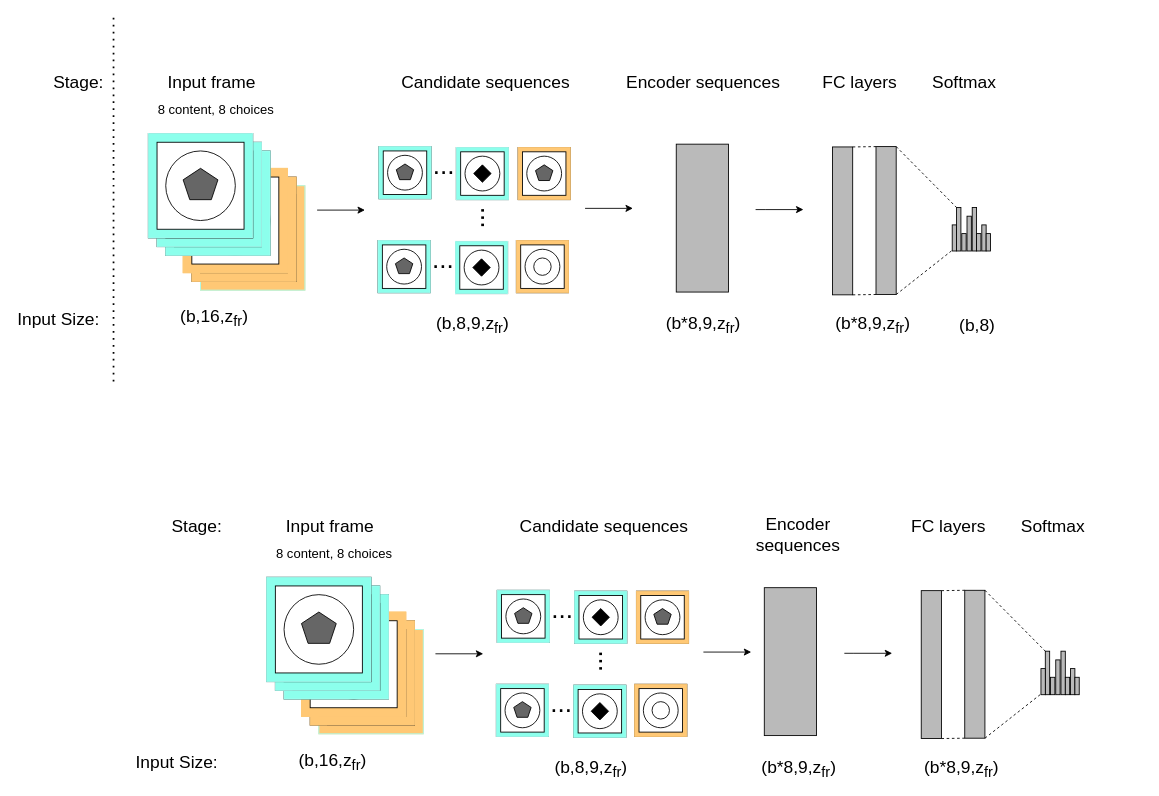
This is network.drawio from RoggerL/draw, a draw.io file, before an edit. Source tidied: cells renumbered, new cells numbered last; positions are measured from the earlier drawing's top-left corner, leaving out a move shared by most shapes. Both pictures are drawn from the tidied source at 87%, with x=0, y=0 at pixel (15, 16).
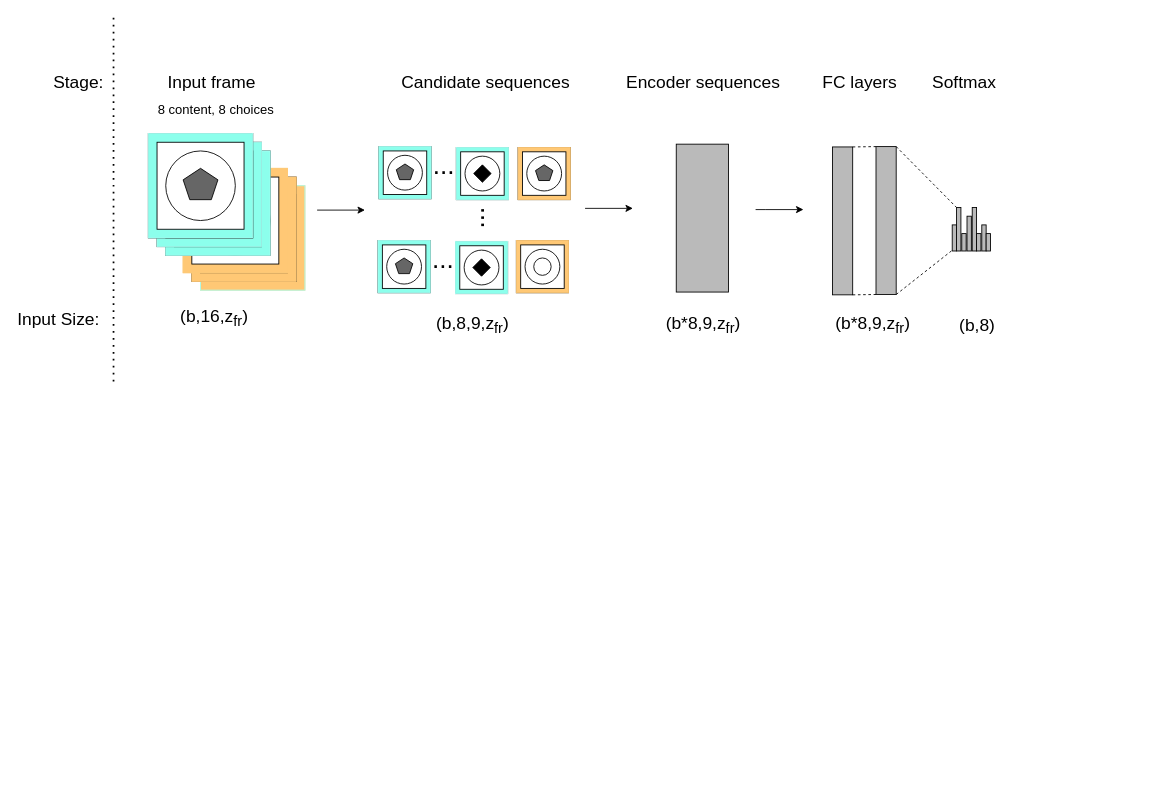
The same diagram, later.

Change to the diagram source:
```diff
@@
-    <mxCell id="97" style="group;fillColor=#A6FFF3;strokeColor=#FFC875;" parent="1" vertex="1">
-      <mxGeometry x="349" y="705" width="120" height="120" as="geometry" />
-    </mxCell>
-    <mxCell id="98" style="whiteSpace=wrap;html=1;fillColor=#FFC875;strokeColor=#A6FFF3;" parent="97" vertex="1">
-      <mxGeometry width="120" height="120" as="geometry" />
-    </mxCell>
-    <mxCell id="99" style="whiteSpace=wrap;html=1;strokeColor=#000000;fillColor=#FFFFFF;" parent="97" vertex="1">
-      <mxGeometry x="10" y="10" width="100" height="100" as="geometry" />
-    </mxCell>
-    <mxCell id="100" style="ellipse;whiteSpace=wrap;html=1;strokeColor=#000000;fillColor=#FFFFFF;" parent="97" vertex="1">
-      <mxGeometry x="20" y="20" width="80" height="80" as="geometry" />
-    </mxCell>
-    <mxCell id="101" style="whiteSpace=wrap;html=1;shape=mxgraph.basic.pentagon;fillColor=#666666;strokeColor=#000000;" parent="97" vertex="1">
-      <mxGeometry x="40" y="40" width="40" height="36" as="geometry" />
-    </mxCell>
-    <mxCell id="102" style="group;fillColor=#A6FFF3;strokeColor=#000000;" parent="1" vertex="1">
-      <mxGeometry x="339" y="695" width="120" height="120" as="geometry" />
-    </mxCell>
-    <mxCell id="103" style="whiteSpace=wrap;html=1;fillColor=#FFC875;strokeColor=#FFC875;" parent="102" vertex="1">
-      <mxGeometry width="120" height="120" as="geometry" />
-    </mxCell>
-    <mxCell id="104" style="whiteSpace=wrap;html=1;strokeColor=#000000;fillColor=#FFFFFF;" parent="102" vertex="1">
-      <mxGeometry x="10" y="10" width="100" height="100" as="geometry" />
-    </mxCell>
-    <mxCell id="105" style="ellipse;whiteSpace=wrap;html=1;strokeColor=#000000;fillColor=#FFFFFF;" parent="102" vertex="1">
-      <mxGeometry x="20" y="20" width="80" height="80" as="geometry" />
-    </mxCell>
-    <mxCell id="106" style="whiteSpace=wrap;html=1;shape=mxgraph.basic.pentagon;fillColor=#666666;strokeColor=#000000;" parent="102" vertex="1">
-      <mxGeometry x="40" y="40" width="40" height="36" as="geometry" />
-    </mxCell>
-    <mxCell id="107" style="group;fillColor=#A6FFF3;strokeColor=#FFC875;" parent="1" vertex="1">
-      <mxGeometry x="329" y="685" width="120" height="120" as="geometry" />
-    </mxCell>
-    <mxCell id="108" style="whiteSpace=wrap;html=1;fillColor=#FFC875;strokeColor=#FFC875;" parent="107" vertex="1">
-      <mxGeometry width="120" height="120" as="geometry" />
-    </mxCell>
-    <mxCell id="109" style="whiteSpace=wrap;html=1;strokeColor=#000000;fillColor=#FFFFFF;" parent="107" vertex="1">
-      <mxGeometry x="10" y="10" width="100" height="100" as="geometry" />
-    </mxCell>
-    <mxCell id="110" style="ellipse;whiteSpace=wrap;html=1;strokeColor=#000000;fillColor=#FFFFFF;" parent="107" vertex="1">
-      <mxGeometry x="20" y="20" width="80" height="80" as="geometry" />
-    </mxCell>
-    <mxCell id="111" style="whiteSpace=wrap;html=1;shape=mxgraph.basic.pentagon;fillColor=#666666;strokeColor=#000000;" parent="107" vertex="1">
-      <mxGeometry x="40" y="40" width="40" height="36" as="geometry" />
-    </mxCell>
-    <mxCell id="112" style="group;fillColor=#A6FFF3;strokeColor=#000000;" parent="107" vertex="1">
-      <mxGeometry x="-20" y="-20" width="120" height="120" as="geometry" />
-    </mxCell>
-    <mxCell id="113" style="whiteSpace=wrap;html=1;fillColor=#8CFFEC;strokeColor=#A6FFF3;" parent="112" vertex="1">
-      <mxGeometry width="120" height="120" as="geometry" />
-    </mxCell>
-    <mxCell id="114" style="whiteSpace=wrap;html=1;strokeColor=#000000;fillColor=#FFFFFF;" parent="112" vertex="1">
-      <mxGeometry x="10" y="10" width="100" height="100" as="geometry" />
-    </mxCell>
-    <mxCell id="115" style="ellipse;whiteSpace=wrap;html=1;strokeColor=#000000;fillColor=#FFFFFF;" parent="112" vertex="1">
-      <mxGeometry x="20" y="20" width="80" height="80" as="geometry" />
-    </mxCell>
-    <mxCell id="116" style="whiteSpace=wrap;html=1;shape=mxgraph.basic.pentagon;fillColor=#666666;strokeColor=#000000;" parent="112" vertex="1">
-      <mxGeometry x="40" y="40" width="40" height="36" as="geometry" />
-    </mxCell>
-    <mxCell id="117" style="group;fillColor=#A6FFF3;strokeColor=#000000;" parent="107" vertex="1">
-      <mxGeometry x="-30" y="-30" width="120" height="120" as="geometry" />
-    </mxCell>
-    <mxCell id="118" style="whiteSpace=wrap;html=1;fillColor=#8CFFEC;strokeColor=#A6FFF3;" parent="117" vertex="1">
-      <mxGeometry width="120" height="120" as="geometry" />
-    </mxCell>
-    <mxCell id="119" style="whiteSpace=wrap;html=1;strokeColor=#000000;fillColor=#FFFFFF;" parent="117" vertex="1">
-      <mxGeometry x="10" y="10" width="100" height="100" as="geometry" />
-    </mxCell>
-    <mxCell id="120" style="ellipse;whiteSpace=wrap;html=1;strokeColor=#000000;fillColor=#FFFFFF;" parent="117" vertex="1">
-      <mxGeometry x="20" y="20" width="80" height="80" as="geometry" />
-    </mxCell>
-    <mxCell id="121" style="whiteSpace=wrap;html=1;shape=mxgraph.basic.pentagon;fillColor=#666666;strokeColor=#000000;" parent="117" vertex="1">
-      <mxGeometry x="40" y="40" width="40" height="36" as="geometry" />
-    </mxCell>
-    <mxCell id="122" style="group;fillColor=#A6FFF3;strokeColor=#000000;" parent="107" vertex="1">
-      <mxGeometry x="-40" y="-40" width="120" height="120" as="geometry" />
-    </mxCell>
-    <mxCell id="123" style="whiteSpace=wrap;html=1;fillColor=#8CFFEC;strokeColor=#A6FFF3;" parent="122" vertex="1">
-      <mxGeometry width="120" height="120" as="geometry" />
-    </mxCell>
-    <mxCell id="124" style="whiteSpace=wrap;html=1;strokeColor=#000000;fillColor=#FFFFFF;" parent="122" vertex="1">
-      <mxGeometry x="10" y="10" width="100" height="100" as="geometry" />
-    </mxCell>
-    <mxCell id="125" style="ellipse;whiteSpace=wrap;html=1;strokeColor=#000000;fillColor=#FFFFFF;" parent="122" vertex="1">
-      <mxGeometry x="20" y="20" width="80" height="80" as="geometry" />
-    </mxCell>
-    <mxCell id="126" style="whiteSpace=wrap;html=1;shape=mxgraph.basic.pentagon;fillColor=#666666;strokeColor=#000000;" parent="122" vertex="1">
-      <mxGeometry x="40" y="40" width="40" height="36" as="geometry" />
-    </mxCell>
-    <mxCell id="127" value="&lt;font style=&quot;font-size: 20px&quot;&gt;Stage:&lt;/font&gt;" style="text;html=1;strokeColor=none;fillColor=none;align=center;verticalAlign=middle;whiteSpace=wrap;rounded=0;" parent="1" vertex="1">
-      <mxGeometry x="179" y="570" width="60" height="30" as="geometry" />
-    </mxCell>
-    <mxCell id="128" value="Input Size:" style="text;html=1;strokeColor=none;fillColor=none;align=center;verticalAlign=middle;whiteSpace=wrap;rounded=0;fontSize=20;" parent="1" vertex="1">
-      <mxGeometry x="136" y="842" width="100" height="30" as="geometry" />
-    </mxCell>
-    <mxCell id="129" value="&lt;font style=&quot;font-size: 20px&quot;&gt;Input frame&lt;/font&gt;" style="text;html=1;strokeColor=none;fillColor=none;align=center;verticalAlign=middle;whiteSpace=wrap;rounded=0;" parent="1" vertex="1">
-      <mxGeometry x="302" y="570" width="120" height="30" as="geometry" />
-    </mxCell>
-    <mxCell id="130" value="&lt;font style=&quot;font-size: 15px&quot;&gt;&lt;font style=&quot;font-size: 15px&quot;&gt;8 content, 8 choices&lt;/font&gt;&amp;nbsp;&lt;/font&gt;" style="text;html=1;strokeColor=none;fillColor=none;align=center;verticalAlign=middle;whiteSpace=wrap;rounded=0;fontSize=20;" parent="1" vertex="1">
-      <mxGeometry x="289" y="600" width="160" height="30" as="geometry" />
-    </mxCell>
-    <mxCell id="131" value="&lt;font style=&quot;font-size: 20px&quot;&gt;(b,16,z&lt;sub&gt;fr&lt;/sub&gt;)&lt;/font&gt;" style="text;html=1;strokeColor=none;fillColor=none;align=center;verticalAlign=middle;whiteSpace=wrap;rounded=0;fontSize=15;" parent="1" vertex="1">
-      <mxGeometry x="335" y="842" width="60" height="30" as="geometry" />
-    </mxCell>
-    <mxCell id="132" style="endArrow=classic;html=1;rounded=0;fontSize=20;" parent="1" edge="1">
-      <mxGeometry relative="1" as="geometry">
-        <mxPoint x="483" y="733" as="sourcePoint" />
-        <mxPoint x="538" y="733" as="targetPoint" />
-      </mxGeometry>
-    </mxCell>
-    <mxCell id="133" style="group;fillColor=#A6FFF3;strokeColor=#000000;" parent="1" vertex="1">
-      <mxGeometry x="554" y="660" width="60" height="60" as="geometry" />
-    </mxCell>
-    <mxCell id="134" style="whiteSpace=wrap;html=1;fillColor=#8CFFEC;strokeColor=#A6FFF3;" parent="133" vertex="1">
-      <mxGeometry width="60" height="60" as="geometry" />
-    </mxCell>
-    <mxCell id="135" style="whiteSpace=wrap;html=1;strokeColor=#000000;fillColor=#FFFFFF;" parent="133" vertex="1">
-      <mxGeometry x="5" y="5" width="50" height="50" as="geometry" />
-    </mxCell>
-    <mxCell id="136" style="ellipse;whiteSpace=wrap;html=1;strokeColor=#000000;fillColor=#FFFFFF;" parent="133" vertex="1">
-      <mxGeometry x="10" y="10" width="40" height="40" as="geometry" />
-    </mxCell>
-    <mxCell id="137" style="whiteSpace=wrap;html=1;shape=mxgraph.basic.pentagon;fillColor=#666666;strokeColor=#000000;" parent="133" vertex="1">
-      <mxGeometry x="20" y="20" width="20" height="18" as="geometry" />
-    </mxCell>
-    <mxCell id="138" value="&lt;font style=&quot;font-size: 30px&quot;&gt;...&lt;/font&gt;" style="text;html=1;strokeColor=none;fillColor=none;align=center;verticalAlign=middle;whiteSpace=wrap;rounded=0;fontSize=20;" parent="1" vertex="1">
-      <mxGeometry x="609" y="671" width="40" height="20" as="geometry" />
-    </mxCell>
-    <mxCell id="139" style="group;fillColor=#A6FFF3;strokeColor=#000000;" parent="1" vertex="1">
-      <mxGeometry x="643" y="661" width="60" height="60" as="geometry" />
-    </mxCell>
-    <mxCell id="140" style="whiteSpace=wrap;html=1;fillColor=#8CFFEC;strokeColor=#A6FFF3;" parent="139" vertex="1">
-      <mxGeometry width="60" height="60" as="geometry" />
-    </mxCell>
-    <mxCell id="141" style="whiteSpace=wrap;html=1;strokeColor=#000000;fillColor=#FFFFFF;" parent="139" vertex="1">
-      <mxGeometry x="5" y="5" width="50" height="50" as="geometry" />
-    </mxCell>
-    <mxCell id="142" style="ellipse;whiteSpace=wrap;html=1;strokeColor=#000000;fillColor=#FFFFFF;" parent="139" vertex="1">
-      <mxGeometry x="10" y="10" width="40" height="40" as="geometry" />
-    </mxCell>
-    <mxCell id="143" style="rhombus;whiteSpace=wrap;html=1;fontSize=20;strokeColor=#000000;fillColor=#000000;" parent="139" vertex="1">
-      <mxGeometry x="20" y="20" width="20" height="20" as="geometry" />
-    </mxCell>
-    <mxCell id="144" style="group;fillColor=#A6FFF3;strokeColor=#000000;" parent="1" vertex="1">
-      <mxGeometry x="714" y="661" width="60" height="60" as="geometry" />
-    </mxCell>
-    <mxCell id="145" style="whiteSpace=wrap;html=1;fillColor=#FFC875;strokeColor=#FFC875;" parent="144" vertex="1">
-      <mxGeometry width="60" height="60" as="geometry" />
-    </mxCell>
-    <mxCell id="146" style="whiteSpace=wrap;html=1;strokeColor=#000000;fillColor=#FFFFFF;" parent="144" vertex="1">
-      <mxGeometry x="5" y="5" width="50" height="50" as="geometry" />
-    </mxCell>
-    <mxCell id="147" style="ellipse;whiteSpace=wrap;html=1;strokeColor=#000000;fillColor=#FFFFFF;" parent="144" vertex="1">
-      <mxGeometry x="10" y="10" width="40" height="40" as="geometry" />
-    </mxCell>
-    <mxCell id="148" style="whiteSpace=wrap;html=1;shape=mxgraph.basic.pentagon;fillColor=#666666;strokeColor=#000000;" parent="144" vertex="1">
-      <mxGeometry x="20" y="20" width="20" height="18" as="geometry" />
-    </mxCell>
-    <mxCell id="149" style="group;fillColor=#A6FFF3;strokeColor=#000000;" parent="1" vertex="1">
-      <mxGeometry x="553" y="768" width="60" height="60" as="geometry" />
-    </mxCell>
-    <mxCell id="150" style="whiteSpace=wrap;html=1;fillColor=#8CFFEC;strokeColor=#A6FFF3;" parent="149" vertex="1">
-      <mxGeometry width="60" height="60" as="geometry" />
-    </mxCell>
-    <mxCell id="151" style="whiteSpace=wrap;html=1;strokeColor=#000000;fillColor=#FFFFFF;" parent="149" vertex="1">
-      <mxGeometry x="5" y="5" width="50" height="50" as="geometry" />
-    </mxCell>
-    <mxCell id="152" style="ellipse;whiteSpace=wrap;html=1;strokeColor=#000000;fillColor=#FFFFFF;" parent="149" vertex="1">
-      <mxGeometry x="10" y="10" width="40" height="40" as="geometry" />
-    </mxCell>
-    <mxCell id="153" style="whiteSpace=wrap;html=1;shape=mxgraph.basic.pentagon;fillColor=#666666;strokeColor=#000000;" parent="149" vertex="1">
-      <mxGeometry x="20" y="20" width="20" height="18" as="geometry" />
-    </mxCell>
-    <mxCell id="154" value="&lt;font style=&quot;font-size: 30px&quot;&gt;...&lt;/font&gt;" style="text;html=1;strokeColor=none;fillColor=none;align=center;verticalAlign=middle;whiteSpace=wrap;rounded=0;fontSize=20;" parent="1" vertex="1">
-      <mxGeometry x="608" y="779" width="40" height="20" as="geometry" />
-    </mxCell>
-    <mxCell id="155" style="group;fillColor=#A6FFF3;strokeColor=#000000;" parent="1" vertex="1">
-      <mxGeometry x="642" y="769" width="60" height="60" as="geometry" />
-    </mxCell>
-    <mxCell id="156" style="whiteSpace=wrap;html=1;fillColor=#8CFFEC;strokeColor=#A6FFF3;" parent="155" vertex="1">
-      <mxGeometry width="60" height="60" as="geometry" />
-    </mxCell>
-    <mxCell id="157" style="whiteSpace=wrap;html=1;strokeColor=#000000;fillColor=#FFFFFF;" parent="155" vertex="1">
-      <mxGeometry x="5" y="5" width="50" height="50" as="geometry" />
-    </mxCell>
-    <mxCell id="158" style="ellipse;whiteSpace=wrap;html=1;strokeColor=#000000;fillColor=#FFFFFF;" parent="155" vertex="1">
-      <mxGeometry x="10" y="10" width="40" height="40" as="geometry" />
-    </mxCell>
-    <mxCell id="159" style="rhombus;whiteSpace=wrap;html=1;fontSize=20;strokeColor=#000000;fillColor=#000000;" parent="155" vertex="1">
-      <mxGeometry x="20" y="20" width="20" height="20" as="geometry" />
-    </mxCell>
-    <mxCell id="160" value="..." style="text;html=1;strokeColor=none;fillColor=none;align=center;verticalAlign=middle;whiteSpace=wrap;rounded=0;fontSize=30;rotation=-90;" parent="1" vertex="1">
-      <mxGeometry x="634" y="727" width="60" height="30" as="geometry" />
-    </mxCell>
-    <mxCell id="161" style="group;fillColor=#A6FFF3;strokeColor=#000000;" parent="1" vertex="1">
-      <mxGeometry x="712" y="768" width="60" height="60" as="geometry" />
-    </mxCell>
-    <mxCell id="162" style="whiteSpace=wrap;html=1;fillColor=#FFC875;strokeColor=#FFC875;" parent="161" vertex="1">
-      <mxGeometry width="60" height="60" as="geometry" />
-    </mxCell>
-    <mxCell id="163" style="whiteSpace=wrap;html=1;strokeColor=#000000;fillColor=#FFFFFF;" parent="161" vertex="1">
-      <mxGeometry x="5" y="5" width="50" height="50" as="geometry" />
-    </mxCell>
-    <mxCell id="164" style="ellipse;whiteSpace=wrap;html=1;strokeColor=#000000;fillColor=#FFFFFF;" parent="161" vertex="1">
-      <mxGeometry x="10" y="10" width="40" height="40" as="geometry" />
-    </mxCell>
-    <mxCell id="165" style="ellipse;whiteSpace=wrap;html=1;fontSize=30;strokeColor=#000000;fillColor=#FFFFFF;" parent="161" vertex="1">
-      <mxGeometry x="20" y="20" width="20" height="20" as="geometry" />
-    </mxCell>
-    <mxCell id="166" value="&lt;font style=&quot;font-size: 20px&quot;&gt;Candidate sequences&lt;/font&gt;" style="text;html=1;strokeColor=none;fillColor=none;align=center;verticalAlign=middle;whiteSpace=wrap;rounded=0;" parent="1" vertex="1">
-      <mxGeometry x="572" y="570" width="210" height="30" as="geometry" />
-    </mxCell>
-    <mxCell id="167" value="&lt;font style=&quot;font-size: 20px&quot;&gt;(b,8,9,z&lt;sub&gt;fr&lt;/sub&gt;)&lt;/font&gt;" style="text;html=1;strokeColor=none;fillColor=none;align=center;verticalAlign=middle;whiteSpace=wrap;rounded=0;fontSize=15;" parent="1" vertex="1">
-      <mxGeometry x="632" y="850" width="60" height="30" as="geometry" />
-    </mxCell>
-    <mxCell id="168" style="endArrow=classic;html=1;rounded=0;fontSize=20;" parent="1" edge="1">
-      <mxGeometry relative="1" as="geometry">
-        <mxPoint x="791" y="731" as="sourcePoint" />
-        <mxPoint x="846" y="731" as="targetPoint" />
-      </mxGeometry>
-    </mxCell>
-    <mxCell id="169" style="rounded=0;whiteSpace=wrap;html=1;fontSize=30;strokeColor=#000000;fillColor=#BABABA;rotation=90;" parent="1" vertex="1">
-      <mxGeometry x="806" y="712" width="170" height="60" as="geometry" />
-    </mxCell>
-    <mxCell id="170" value="&lt;font style=&quot;font-size: 20px&quot;&gt;Encoder sequences&lt;/font&gt;" style="text;html=1;strokeColor=none;fillColor=none;align=center;verticalAlign=middle;whiteSpace=wrap;rounded=0;" parent="1" vertex="1">
-      <mxGeometry x="813" y="580" width="174" height="30" as="geometry" />
-    </mxCell>
-    <mxCell id="171" value="&lt;font style=&quot;font-size: 20px&quot;&gt;(b*8,9,z&lt;sub&gt;fr&lt;/sub&gt;)&lt;/font&gt;" style="text;html=1;strokeColor=none;fillColor=none;align=center;verticalAlign=middle;whiteSpace=wrap;rounded=0;fontSize=15;" parent="1" vertex="1">
-      <mxGeometry x="871" y="850" width="60" height="30" as="geometry" />
-    </mxCell>
-    <mxCell id="172" style="endArrow=classic;html=1;rounded=0;fontSize=20;" parent="1" edge="1">
-      <mxGeometry relative="1" as="geometry">
-        <mxPoint x="953" y="732.4" as="sourcePoint" />
-        <mxPoint x="1008" y="732.4" as="targetPoint" />
-        <Array as="points">
-          <mxPoint x="964" y="732.4" />
-        </Array>
-      </mxGeometry>
-    </mxCell>
-    <mxCell id="173" style="rounded=0;whiteSpace=wrap;html=1;fontSize=30;strokeColor=#000000;fillColor=#BABABA;rotation=90;" parent="1" vertex="1">
-      <mxGeometry x="968" y="733.8" width="170" height="23.2" as="geometry" />
-    </mxCell>
-    <mxCell id="174" value="&lt;font style=&quot;font-size: 20px&quot;&gt;FC layers&lt;/font&gt;" style="text;html=1;strokeColor=none;fillColor=none;align=center;verticalAlign=middle;whiteSpace=wrap;rounded=0;" parent="1" vertex="1">
-      <mxGeometry x="968" y="570" width="210" height="30" as="geometry" />
-    </mxCell>
-    <mxCell id="175" value="&lt;font style=&quot;font-size: 20px&quot;&gt;(b*8,9,z&lt;sub&gt;fr&lt;/sub&gt;)&lt;/font&gt;" style="text;html=1;strokeColor=none;fillColor=none;align=center;verticalAlign=middle;whiteSpace=wrap;rounded=0;fontSize=15;" parent="1" vertex="1">
-      <mxGeometry x="1058" y="850" width="60" height="30" as="geometry" />
-    </mxCell>
-    <mxCell id="176" style="rounded=0;whiteSpace=wrap;html=1;fontSize=30;strokeColor=#000000;fillColor=#BABABA;rotation=90;" parent="1" vertex="1">
-      <mxGeometry x="1018" y="733.4" width="170" height="23.2" as="geometry" />
-    </mxCell>
-    <mxCell id="177" style="endArrow=none;dashed=1;html=1;rounded=0;fontSize=30;entryX=0;entryY=1;entryDx=0;entryDy=0;exitX=0;exitY=0;exitDx=0;exitDy=0;" parent="1" edge="1" source="173" target="176">
-      <mxGeometry relative="1" as="geometry" />
-    </mxCell>
-    <mxCell id="178" style="endArrow=none;dashed=1;html=1;rounded=0;fontSize=30;entryX=1;entryY=1;entryDx=0;entryDy=0;exitX=1;exitY=0;exitDx=0;exitDy=0;" parent="1" edge="1" source="173" target="176">
-      <mxGeometry relative="1" as="geometry" />
-    </mxCell>
-    <mxCell id="179" style="endArrow=none;dashed=1;html=1;rounded=0;fontSize=30;exitX=1;exitY=0;exitDx=0;exitDy=0;" parent="1" edge="1" source="176">
-      <mxGeometry relative="1" as="geometry">
-        <mxPoint x="1178" y="780" as="targetPoint" />
-      </mxGeometry>
-    </mxCell>
-    <mxCell id="180" style="endArrow=none;dashed=1;html=1;rounded=0;fontSize=30;exitX=0;exitY=0;exitDx=0;exitDy=0;entryX=0;entryY=1;entryDx=0;entryDy=0;" parent="1" edge="1" source="176" target="183">
-      <mxGeometry relative="1" as="geometry" />
-    </mxCell>
-    <mxCell id="181" value="&lt;font style=&quot;font-size: 20px&quot;&gt;Softmax&lt;/font&gt;" style="text;html=1;strokeColor=none;fillColor=none;align=center;verticalAlign=middle;whiteSpace=wrap;rounded=0;" parent="1" vertex="1">
-      <mxGeometry x="1087.5" y="570" width="210" height="30" as="geometry" />
-    </mxCell>
-    <mxCell id="182" style="group;" parent="1" vertex="1">
-      <mxGeometry x="1179" y="730" width="44" height="50" as="geometry" />
-    </mxCell>
-    <mxCell id="183" style="rounded=0;whiteSpace=wrap;html=1;fontSize=30;strokeColor=#000000;fillColor=#BABABA;rotation=90;" parent="182" vertex="1">
-      <mxGeometry x="-17.5" y="22.5" width="50" height="5" as="geometry" />
-    </mxCell>
-    <mxCell id="184" style="rounded=0;whiteSpace=wrap;html=1;fontSize=30;strokeColor=#000000;fillColor=#BABABA;rotation=90;" parent="182" vertex="1">
-      <mxGeometry x="0.5" y="22.5" width="50" height="5" as="geometry" />
-    </mxCell>
-    <mxCell id="185" style="group;" parent="182" vertex="1">
-      <mxGeometry y="10" width="44" height="40" as="geometry" />
-    </mxCell>
-    <mxCell id="186" style="rounded=0;whiteSpace=wrap;html=1;fontSize=30;strokeColor=#000000;fillColor=#BABABA;rotation=90;" parent="185" vertex="1">
-      <mxGeometry x="-12.5" y="22.5" width="30" height="5" as="geometry" />
-    </mxCell>
-    <mxCell id="187" style="rounded=0;whiteSpace=wrap;html=1;fontSize=30;strokeColor=#000000;fillColor=#BABABA;rotation=90;" parent="185" vertex="1">
-      <mxGeometry x="3.5" y="27.5" width="20" height="5" as="geometry" />
-    </mxCell>
-    <mxCell id="188" style="rounded=0;whiteSpace=wrap;html=1;fontSize=30;strokeColor=#000000;fillColor=#BABABA;rotation=90;" parent="185" vertex="1">
-      <mxGeometry x="-0.5" y="17.5" width="40" height="5" as="geometry" />
-    </mxCell>
-    <mxCell id="189" style="rounded=0;whiteSpace=wrap;html=1;fontSize=30;strokeColor=#000000;fillColor=#BABABA;rotation=90;" parent="185" vertex="1">
-      <mxGeometry x="20.5" y="27.5" width="20" height="5" as="geometry" />
-    </mxCell>
-    <mxCell id="190" style="rounded=0;whiteSpace=wrap;html=1;fontSize=30;strokeColor=#000000;fillColor=#BABABA;rotation=90;" parent="185" vertex="1">
-      <mxGeometry x="21.5" y="22.5" width="30" height="5" as="geometry" />
-    </mxCell>
-    <mxCell id="191" style="rounded=0;whiteSpace=wrap;html=1;fontSize=30;strokeColor=#000000;fillColor=#BABABA;rotation=90;" parent="185" vertex="1">
-      <mxGeometry x="31.5" y="27.5" width="20" height="5" as="geometry" />
-    </mxCell>
```
